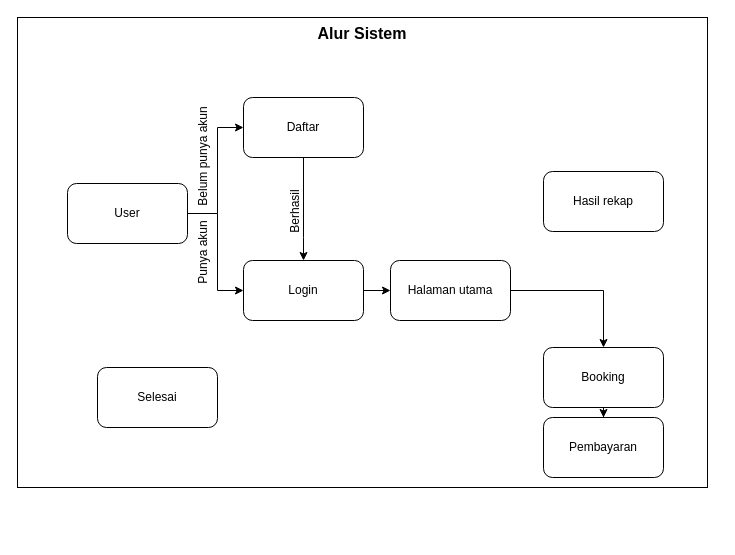
The draw.io diagram page "Page-2" (2 of 2) of alur-bisnis.drawio in ZulpaAgustin/BookNow, before the edit. Source tidied: cells renumbered, new cells numbered last; positions are measured from the earlier drawing's top-left corner, leaving out a move shared by most shapes. Both pictures are drawn from the tidied source at 100%, with x=0, y=0 at pixel (17, 17).
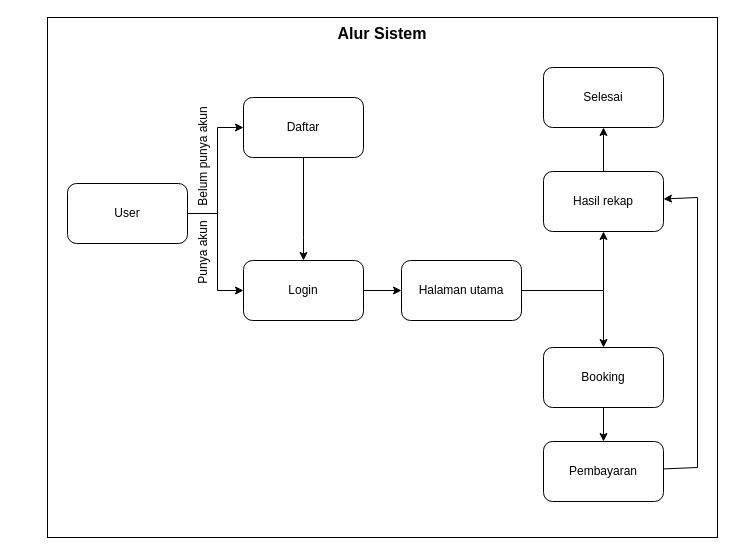
The same diagram, later.

The change refers to these unchanged cells:
```xml
<mxCell id="18" value="Hasil rekap" style="whiteSpace=wrap;html=1;rounded=1;" parent="1" vertex="1">
  <mxGeometry x="526" y="154" width="120" height="60" as="geometry" />
</mxCell>
```

What changed in the source:
```diff
@@
     <mxCell id="2" value="Alur Sistem" style="rounded=0;whiteSpace=wrap;html=1;verticalAlign=top;fontStyle=1;fontSize=16;" parent="1" vertex="1">
-      <mxGeometry width="690" height="470" as="geometry" />
+      <mxGeometry x="30" width="670" height="520" as="geometry" />
     </mxCell>
@@
-    <mxCell id="10" value="Berhasil" style="text;html=1;align=center;verticalAlign=middle;whiteSpace=wrap;rounded=0;rotation=-90;" parent="1" vertex="1">
-      <mxGeometry x="248" y="179" width="60" height="30" as="geometry" />
-    </mxCell>
@@
     <mxCell id="14" value="Halaman utama" style="whiteSpace=wrap;html=1;rounded=1;" parent="1" vertex="1">
-      <mxGeometry x="373" y="243" width="120" height="60" as="geometry" />
+      <mxGeometry x="384" y="243" width="120" height="60" as="geometry" />
     </mxCell>
@@
     <mxCell id="17" value="Pembayaran" style="whiteSpace=wrap;html=1;rounded=1;" parent="1" vertex="1">
-      <mxGeometry x="526" y="400" width="120" height="60" as="geometry" />
+      <mxGeometry x="526" y="424" width="120" height="60" as="geometry" />
     </mxCell>
+    <mxCell id="20" style="edgeStyle=orthogonalEdgeStyle;rounded=0;jettySize=auto;html=1;" parent="1" edge="1" source="18" target="19">
+      <mxGeometry relative="1" as="geometry" />
+    </mxCell>
@@
     <mxCell id="19" value="Selesai" style="whiteSpace=wrap;html=1;rounded=1;" parent="1" vertex="1">
-      <mxGeometry x="80" y="350" width="120" height="60" as="geometry" />
+      <mxGeometry x="526" y="50" width="120" height="60" as="geometry" />
     </mxCell>
+    <mxCell id="21" style="endArrow=classic;html=1;rounded=0;entryX=0.5;entryY=1;entryDx=0;entryDy=0;" parent="1" edge="1" source="14" target="18">
+      <mxGeometry relative="1" as="geometry">
+        <Array as="points">
+          <mxPoint x="586" y="273" />
+        </Array>
+      </mxGeometry>
+    </mxCell>
+    <mxCell id="22" style="endArrow=classic;html=1;rounded=0;" parent="1" edge="1" source="17" target="18">
+      <mxGeometry relative="1" as="geometry">
+        <Array as="points">
+          <mxPoint x="680" y="450" />
+          <mxPoint x="680" y="180" />
+        </Array>
+      </mxGeometry>
+    </mxCell>
```
